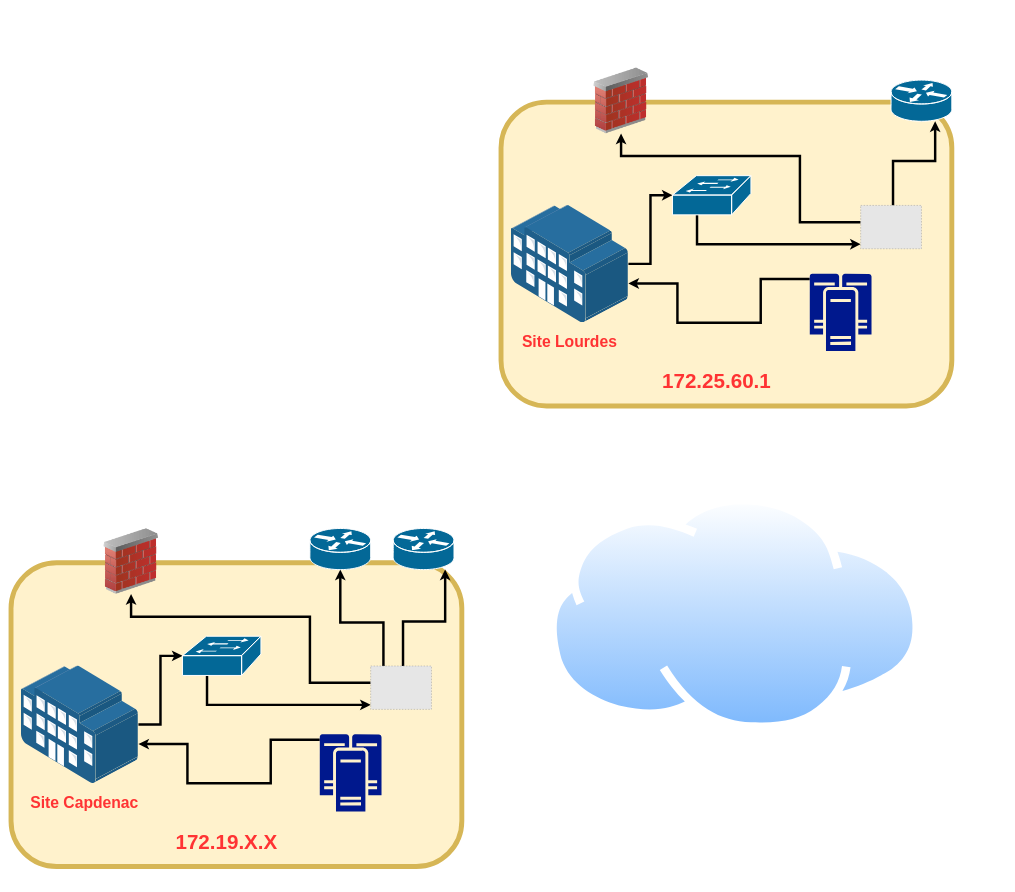
The draw.io diagram Topologie-Reseau-RR.drawio in TaffDEv/GitHub, before the edit. Source tidied: cells renumbered, new cells numbered last; positions are measured from the earlier drawing's top-left corner, leaving out a move shared by most shapes. Both pictures are drawn from the tidied source at 49%, with x=0, y=0 at pixel (11, 68). Pictures stored in the file or linked from it are replaced by grey dashed boxes.
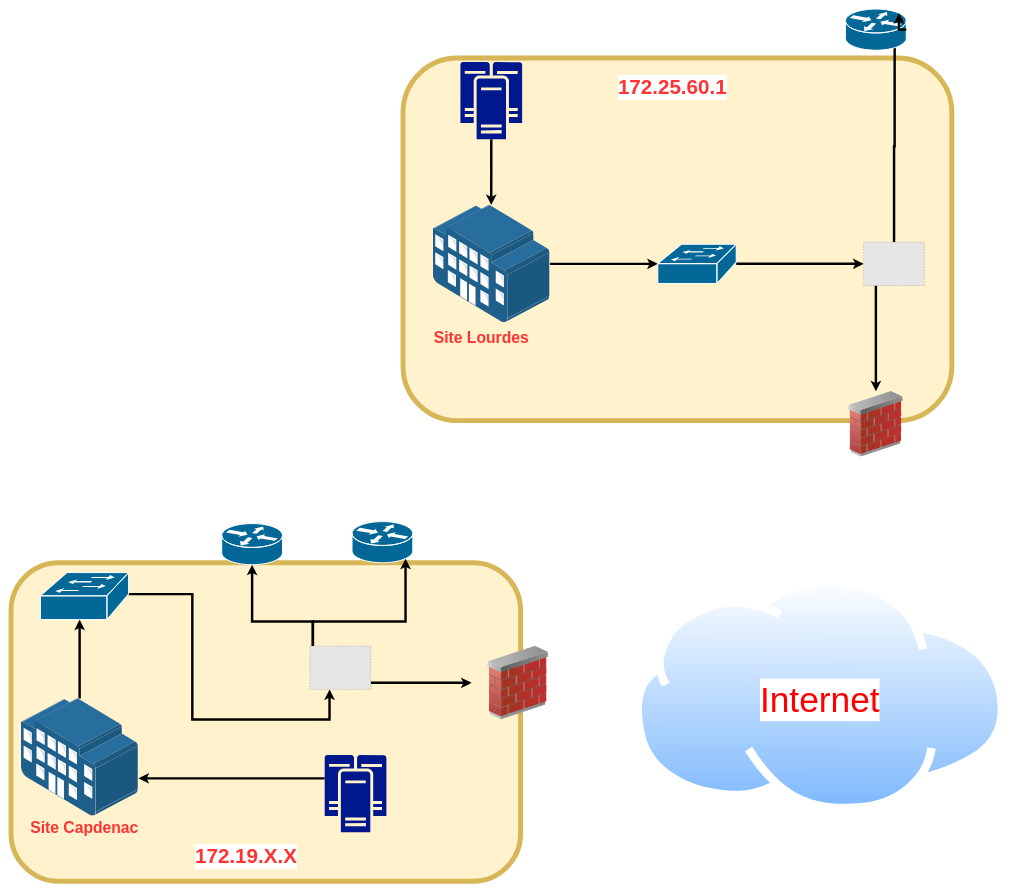
The same diagram, later.

Commit message (it also covers changes not shown here):
Update Topologie-Reseau-RR

What changed in the source:
```diff
@@
     <mxCell id="2" style="rounded=1;whiteSpace=wrap;html=1;fillColor=#fff2cc;strokeColor=#d6b656;strokeWidth=10;" parent="1" vertex="1">
-      <mxGeometry y="1010" width="920" height="620" as="geometry" />
+      <mxGeometry y="1010" width="1040" height="650" as="geometry" />
     </mxCell>
     <mxCell id="3" style="image;html=1;image=img/lib/clip_art/networking/Firewall_02_128x128.png;strokeWidth=10;" parent="1" vertex="1">
-      <mxGeometry x="170" y="940" width="150" height="134" as="geometry" />
+      <mxGeometry x="940" y="1180" width="190" height="150" as="geometry" />
     </mxCell>
     <mxCell id="4" style="edgeStyle=orthogonalEdgeStyle;rounded=0;jettySize=auto;html=1;strokeWidth=5;" parent="1" edge="1" source="5" target="7">
-      <mxGeometry relative="1" as="geometry" />
+      <mxGeometry relative="1" as="geometry">
+        <Array as="points">
+          <mxPoint x="140" y="1170" />
+          <mxPoint x="140" y="1170" />
+        </Array>
+      </mxGeometry>
     </mxCell>
     <mxCell id="5" style="points=[];html=1;align=center;shadow=0;dashed=0;image;image=img/lib/allied_telesis/buildings/Large_Building.svg;strokeWidth=10;" parent="1" vertex="1">
-      <mxGeometry x="20" y="1220" width="240" height="240" as="geometry" />
+      <mxGeometry x="20" y="1287" width="240" height="240" as="geometry" />
     </mxCell>
     <mxCell id="6" style="edgeStyle=orthogonalEdgeStyle;rounded=0;jettySize=auto;html=1;strokeWidth=5;" parent="1" edge="1" source="7" target="12">
       <mxGeometry relative="1" as="geometry">
         <Array as="points">
-          <mxPoint x="400" y="1300" />
+          <mxPoint x="370" y="1074" />
+          <mxPoint x="370" y="1330" />
+          <mxPoint x="650" y="1330" />
         </Array>
       </mxGeometry>
     </mxCell>
     <mxCell id="7" style="shape=mxgraph.cisco.switches.workgroup_switch;html=1;dashed=0;fillColor=#036897;strokeColor=#ffffff;strokeWidth=2;verticalLabelPosition=bottom;verticalAlign=top;align=center;outlineConnect=0;" parent="1" vertex="1">
-      <mxGeometry x="350" y="1160" width="160" height="80" as="geometry" />
+      <mxGeometry x="60" y="1030" width="180" height="96" as="geometry" />
     </mxCell>
     <mxCell id="8" value="&lt;font style=&quot;font-size: 32px&quot; color=&quot;#ff3333&quot;&gt;&lt;b&gt;Site Capdenac&lt;/b&gt;&lt;/font&gt;" style="text;html=1;strokeColor=none;fillColor=none;align=center;verticalAlign=middle;whiteSpace=wrap;rounded=0;" parent="1" vertex="1">
-      <mxGeometry y="1490" width="300" height="20" as="geometry" />
+      <mxGeometry y="1540" width="300" height="20" as="geometry" />
     </mxCell>
-    <mxCell id="9" style="edgeStyle=orthogonalEdgeStyle;rounded=0;jettySize=auto;html=1;strokeWidth=5;" parent="1" edge="1" source="12" target="3">
-      <mxGeometry relative="1" as="geometry">
-        <Array as="points">
-          <mxPoint x="610" y="1255" />
-          <mxPoint x="610" y="1120" />
-          <mxPoint x="245" y="1120" />
-        </Array>
-      </mxGeometry>
-    </mxCell>
-    <mxCell id="10" style="edgeStyle=orthogonalEdgeStyle;rounded=0;jettySize=auto;html=1;strokeWidth=5;" parent="1" edge="1" source="12" target="16">
+    <mxCell id="10" style="edgeStyle=orthogonalEdgeStyle;rounded=0;jettySize=auto;html=1;entryX=0.5;entryY=1;entryDx=0;entryDy=0;entryPerimeter=0;strokeWidth=5;" parent="1" edge="1" source="12" target="16">
       <mxGeometry relative="1" as="geometry">
         <Array as="points">
-          <mxPoint x="760" y="1132" />
-          <mxPoint x="672" y="1132" />
+          <mxPoint x="616" y="1130" />
+          <mxPoint x="492" y="1130" />
         </Array>
       </mxGeometry>
     </mxCell>
-    <mxCell id="11" style="edgeStyle=orthogonalEdgeStyle;rounded=0;jettySize=auto;html=1;strokeWidth=5;" parent="1" edge="1" source="12" target="15">
+    <mxCell id="11" style="edgeStyle=orthogonalEdgeStyle;rounded=0;jettySize=auto;html=1;entryX=0.88;entryY=0.9;entryDx=0;entryDy=0;entryPerimeter=0;strokeWidth=5;" parent="1" edge="1" source="12" target="15">
       <mxGeometry relative="1" as="geometry">
         <Array as="points">
-          <mxPoint x="800" y="1130" />
-          <mxPoint x="886" y="1130" />
+          <mxPoint x="616" y="1130" />
+          <mxPoint x="805" y="1130" />
         </Array>
       </mxGeometry>
     </mxCell>
+    <mxCell id="9" style="edgeStyle=orthogonalEdgeStyle;rounded=0;jettySize=auto;html=1;strokeWidth=5;" parent="1" edge="1" source="12" target="3">
+      <mxGeometry relative="1" as="geometry">
+        <Array as="points">
+          <mxPoint x="790" y="1255" />
+          <mxPoint x="790" y="1255" />
+        </Array>
+      </mxGeometry>
+    </mxCell>
     <mxCell id="12" style="fillColor=#E6E6E6;strokeColor=#999999;dashed=1;verticalLabelPosition=bottom;labelBackgroundColor=#ffffff;verticalAlign=top;" parent="1" vertex="1">
-      <mxGeometry x="734" y="1220.7" width="124.1" height="88.5" as="geometry" />
+      <mxGeometry x="610" y="1180" width="124.1" height="88.5" as="geometry" />
     </mxCell>
     <mxCell id="13" style="edgeStyle=orthogonalEdgeStyle;rounded=0;jettySize=auto;html=1;strokeWidth=5;" parent="1" edge="1" source="14" target="5">
       <mxGeometry relative="1" as="geometry">
         <Array as="points">
-          <mxPoint x="530" y="1371" />
-          <mxPoint x="530" y="1460" />
-          <mxPoint x="360" y="1460" />
-          <mxPoint x="360" y="1380" />
+          <mxPoint x="480" y="1450" />
+          <mxPoint x="480" y="1450" />
         </Array>
       </mxGeometry>
     </mxCell>
     <mxCell id="14" style="shadow=0;dashed=0;html=1;strokeColor=none;labelPosition=center;verticalLabelPosition=bottom;verticalAlign=top;align=center;fillColor=#00188D;shape=mxgraph.mscae.enterprise.cluster_server;" parent="1" vertex="1">
-      <mxGeometry x="630" y="1360" width="126.1" height="157.6" as="geometry" />
+      <mxGeometry x="640" y="1402.4" width="126.1" height="157.6" as="geometry" />
     </mxCell>
     <mxCell id="15" style="shape=mxgraph.cisco.routers.router;html=1;dashed=0;fillColor=#036897;strokeColor=#ffffff;strokeWidth=2;verticalLabelPosition=bottom;verticalAlign=top;align=center;outlineConnect=0;" parent="1" vertex="1">
-      <mxGeometry x="780" y="940" width="124" height="84" as="geometry" />
+      <mxGeometry x="696" y="926" width="124" height="84" as="geometry" />
     </mxCell>
     <mxCell id="16" style="shape=mxgraph.cisco.routers.router;html=1;dashed=0;fillColor=#036897;strokeColor=#ffffff;strokeWidth=2;verticalLabelPosition=bottom;verticalAlign=top;align=center;outlineConnect=0;" parent="1" vertex="1">
-      <mxGeometry x="610" y="940" width="124" height="84" as="geometry" />
+      <mxGeometry x="430" y="930" width="124" height="84" as="geometry" />
     </mxCell>
-    <mxCell id="17" value="&lt;font color=&quot;#ff3333&quot; size=&quot;1&quot;&gt;&lt;b style=&quot;font-size: 42px&quot;&gt;172.19.X.X&lt;/b&gt;&lt;/font&gt;" style="text;html=1;strokeColor=none;fillColor=none;align=center;verticalAlign=middle;whiteSpace=wrap;rounded=0;" parent="1" vertex="1">
-      <mxGeometry x="290" y="1570" width="300" height="20" as="geometry" />
+    <mxCell id="17" value="&lt;font color=&quot;#ff3333&quot; size=&quot;1&quot;&gt;&lt;b style=&quot;font-size: 42px&quot;&gt;172.19.X.X&lt;/b&gt;&lt;/font&gt;" style="text;html=1;align=center;verticalAlign=middle;whiteSpace=wrap;rounded=0;labelBackgroundColor=#ffffff;" parent="1" vertex="1">
+      <mxGeometry x="330" y="1600" width="300" height="20" as="geometry" />
     </mxCell>
     <mxCell id="18" style="rounded=1;whiteSpace=wrap;html=1;fillColor=#fff2cc;strokeColor=#d6b656;strokeWidth=10;" parent="1" vertex="1">
-      <mxGeometry x="1000" y="70" width="920" height="620" as="geometry" />
+      <mxGeometry x="800" y="-20" width="1120" height="740" as="geometry" />
     </mxCell>
     <mxCell id="19" style="image;html=1;image=img/lib/clip_art/networking/Firewall_02_128x128.png;strokeWidth=10;" parent="1" vertex="1">
-      <mxGeometry x="1170" width="150" height="134" as="geometry" />
+      <mxGeometry x="1690" y="660" width="150" height="134" as="geometry" />
     </mxCell>
@@
     <mxCell id="21" style="points=[];html=1;align=center;shadow=0;dashed=0;image;image=img/lib/allied_telesis/buildings/Large_Building.svg;strokeWidth=10;" parent="1" vertex="1">
-      <mxGeometry x="1020" y="280" width="240" height="240" as="geometry" />
+      <mxGeometry x="860" y="280" width="240" height="240" as="geometry" />
     </mxCell>
-    <mxCell id="22" style="edgeStyle=orthogonalEdgeStyle;rounded=0;jettySize=auto;html=1;strokeWidth=5;" parent="1" edge="1" source="23" target="26">
-      <mxGeometry relative="1" as="geometry">
-        <Array as="points">
-          <mxPoint x="1400" y="360" />
-        </Array>
-      </mxGeometry>
+    <mxCell id="22" style="edgeStyle=orthogonalEdgeStyle;rounded=0;jettySize=auto;html=1;entryX=0;entryY=0.5;entryDx=0;entryDy=0;strokeWidth=5;" parent="1" edge="1" source="23" target="26">
+      <mxGeometry relative="1" as="geometry" />
     </mxCell>
     <mxCell id="23" style="shape=mxgraph.cisco.switches.workgroup_switch;html=1;dashed=0;fillColor=#036897;strokeColor=#ffffff;strokeWidth=2;verticalLabelPosition=bottom;verticalAlign=top;align=center;outlineConnect=0;" parent="1" vertex="1">
-      <mxGeometry x="1350" y="220" width="160" height="80" as="geometry" />
+      <mxGeometry x="1320" y="360" width="160" height="80" as="geometry" />
     </mxCell>
     <mxCell id="24" style="edgeStyle=orthogonalEdgeStyle;rounded=0;jettySize=auto;html=1;strokeWidth=5;" parent="1" edge="1" source="26" target="19">
       <mxGeometry relative="1" as="geometry">
         <Array as="points">
-          <mxPoint x="1610" y="315" />
-          <mxPoint x="1610" y="180" />
-          <mxPoint x="1245" y="180" />
+          <mxPoint x="1765" y="510" />
+          <mxPoint x="1765" y="510" />
         </Array>
       </mxGeometry>
     </mxCell>
-    <mxCell id="25" style="edgeStyle=orthogonalEdgeStyle;rounded=0;jettySize=auto;html=1;strokeWidth=5;" parent="1" edge="1" source="26" target="29">
-      <mxGeometry relative="1" as="geometry">
-        <Array as="points">
-          <mxPoint x="1800" y="190" />
-          <mxPoint x="1886" y="190" />
-        </Array>
-      </mxGeometry>
+    <mxCell id="25" style="edgeStyle=orthogonalEdgeStyle;rounded=0;jettySize=auto;html=1;entryX=0.809;entryY=0.635;entryDx=0;entryDy=0;entryPerimeter=0;strokeWidth=5;" parent="1" edge="1" source="26" target="29">
+      <mxGeometry relative="1" as="geometry" />
     </mxCell>
     <mxCell id="26" style="fillColor=#E6E6E6;strokeColor=#999999;dashed=1;verticalLabelPosition=bottom;labelBackgroundColor=#ffffff;verticalAlign=top;" parent="1" vertex="1">
-      <mxGeometry x="1734" y="280.7" width="124.1" height="88.5" as="geometry" />
+      <mxGeometry x="1740" y="355.7" width="124.1" height="88.5" as="geometry" />
     </mxCell>
     <mxCell id="27" style="edgeStyle=orthogonalEdgeStyle;rounded=0;jettySize=auto;html=1;strokeWidth=5;" parent="1" edge="1" source="28" target="21">
-      <mxGeometry relative="1" as="geometry">
-        <Array as="points">
-          <mxPoint x="1530" y="431" />
-          <mxPoint x="1530" y="520" />
-          <mxPoint x="1360" y="520" />
-          <mxPoint x="1360" y="440" />
-        </Array>
-      </mxGeometry>
+      <mxGeometry relative="1" as="geometry" />
     </mxCell>
     <mxCell id="28" style="shadow=0;dashed=0;html=1;strokeColor=none;labelPosition=center;verticalLabelPosition=bottom;verticalAlign=top;align=center;fillColor=#00188D;shape=mxgraph.mscae.enterprise.cluster_server;" parent="1" vertex="1">
-      <mxGeometry x="1630" y="420" width="126.1" height="157.6" as="geometry" />
+      <mxGeometry x="917" y="-11.8" width="126.1" height="157.6" as="geometry" />
     </mxCell>
     <mxCell id="29" style="shape=mxgraph.cisco.routers.router;html=1;dashed=0;fillColor=#036897;strokeColor=#ffffff;strokeWidth=2;verticalLabelPosition=bottom;verticalAlign=top;align=center;outlineConnect=0;" parent="1" vertex="1">
-      <mxGeometry x="1796" y="25" width="124" height="84" as="geometry" />
+      <mxGeometry x="1703" y="-120" width="124" height="84" as="geometry" />
     </mxCell>
-    <mxCell id="30" value="&lt;font color=&quot;#ff3333&quot; size=&quot;1&quot;&gt;&lt;b style=&quot;font-size: 42px&quot;&gt;172.25.60.1&lt;/b&gt;&lt;/font&gt;" style="text;html=1;strokeColor=none;fillColor=none;align=center;verticalAlign=middle;whiteSpace=wrap;rounded=0;" parent="1" vertex="1">
-      <mxGeometry x="1290" y="630" width="300" height="20" as="geometry" />
+    <mxCell id="30" value="&lt;font color=&quot;#ff3333&quot; size=&quot;1&quot;&gt;&lt;b style=&quot;font-size: 42px&quot;&gt;172.25.60.1&lt;/b&gt;&lt;/font&gt;" style="text;html=1;strokeColor=none;fillColor=none;align=center;verticalAlign=middle;whiteSpace=wrap;rounded=0;labelBackgroundColor=#FFFFFF;" parent="1" vertex="1">
+      <mxGeometry x="1200" y="30" width="300" height="20" as="geometry" />
     </mxCell>
     <mxCell id="31" value="&lt;font style=&quot;font-size: 32px&quot; color=&quot;#ff3333&quot;&gt;&lt;b&gt;Site Lourdes&lt;/b&gt;&lt;/font&gt;" style="text;html=1;strokeColor=none;fillColor=none;align=center;verticalAlign=middle;whiteSpace=wrap;rounded=0;" parent="1" vertex="1">
-      <mxGeometry x="990" y="550" width="300" height="20" as="geometry" />
+      <mxGeometry x="810" y="540" width="300" height="20" as="geometry" />
     </mxCell>
     <mxCell id="32" style="perimeter=ellipsePerimeter;html=1;align=center;shadow=0;dashed=0;spacingTop=3;image;image=img/lib/active_directory/internet_cloud.svg;strokeWidth=10;" parent="1" vertex="1">
-      <mxGeometry x="1096.2" y="874" width="761.9" height="480" as="geometry" />
+      <mxGeometry x="1270" y="1040" width="761.9" height="480" as="geometry" />
     </mxCell>
+    <mxCell id="33" value="&lt;font style=&quot;font-size: 72px&quot; color=&quot;#ff0000&quot;&gt;Internet&lt;/font&gt;" style="text;html=1;strokeColor=none;fillColor=none;align=center;verticalAlign=middle;whiteSpace=wrap;rounded=0;labelBackgroundColor=#FFFFFF;" parent="1" vertex="1">
+      <mxGeometry x="1631" y="1280" width="40" height="20" as="geometry" />
+    </mxCell>
+    <mxCell id="34" style="edgeStyle=orthogonalEdgeStyle;rounded=0;orthogonalLoop=1;jettySize=auto;html=1;exitX=1;exitY=0.5;exitDx=0;exitDy=0;exitPerimeter=0;entryX=0.88;entryY=0.1;entryDx=0;entryDy=0;entryPerimeter=0;strokeWidth=5;" parent="1" edge="1" source="29" target="29">
+      <mxGeometry relative="1" as="geometry" />
+    </mxCell>
```
